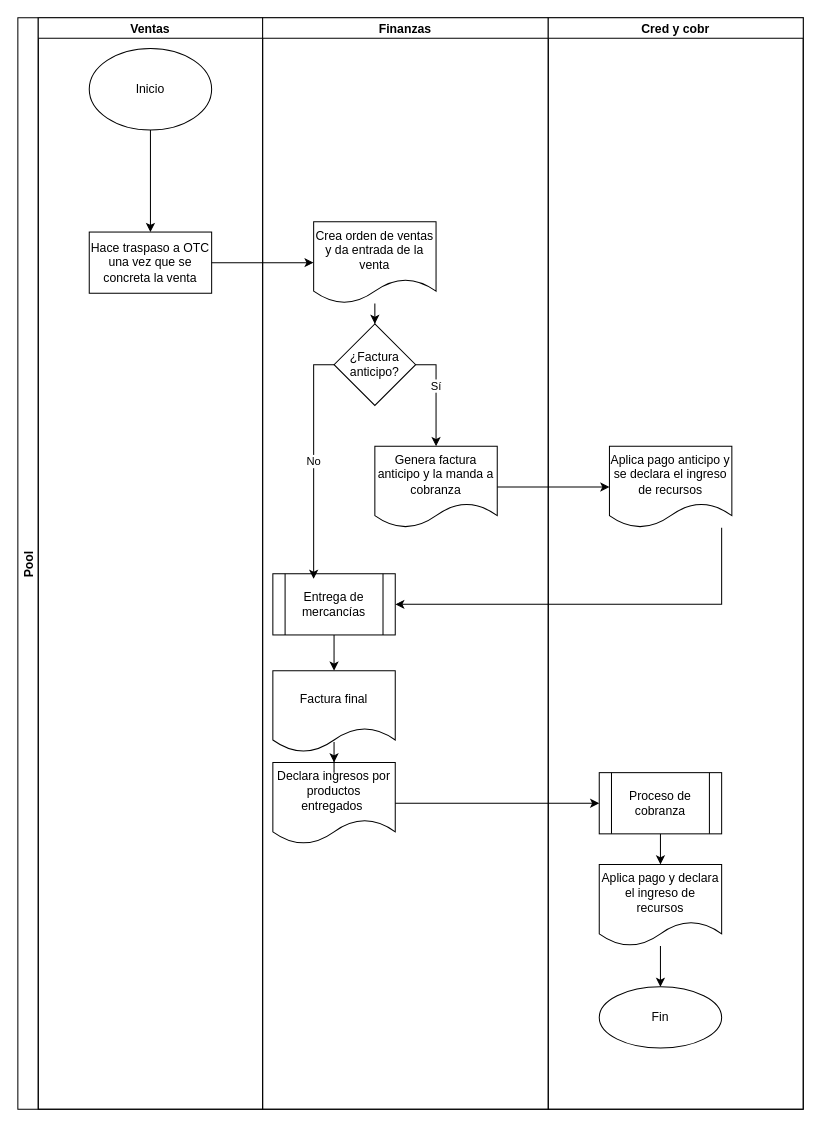
FerAran/Flowchart keeps this draw.io diagram as page "Ventas" (1 of 4) of Proceso finanzas.drawio. Above is the earlier version. Source tidied: cells renumbered, new cells numbered last; positions are measured from the earlier drawing's top-left corner, leaving out a move shared by most shapes. Both pictures are drawn from the tidied source at 102%, with x=0, y=0 at pixel (17, 17). Pictures stored in the file or linked from it are replaced by grey dashed boxes.
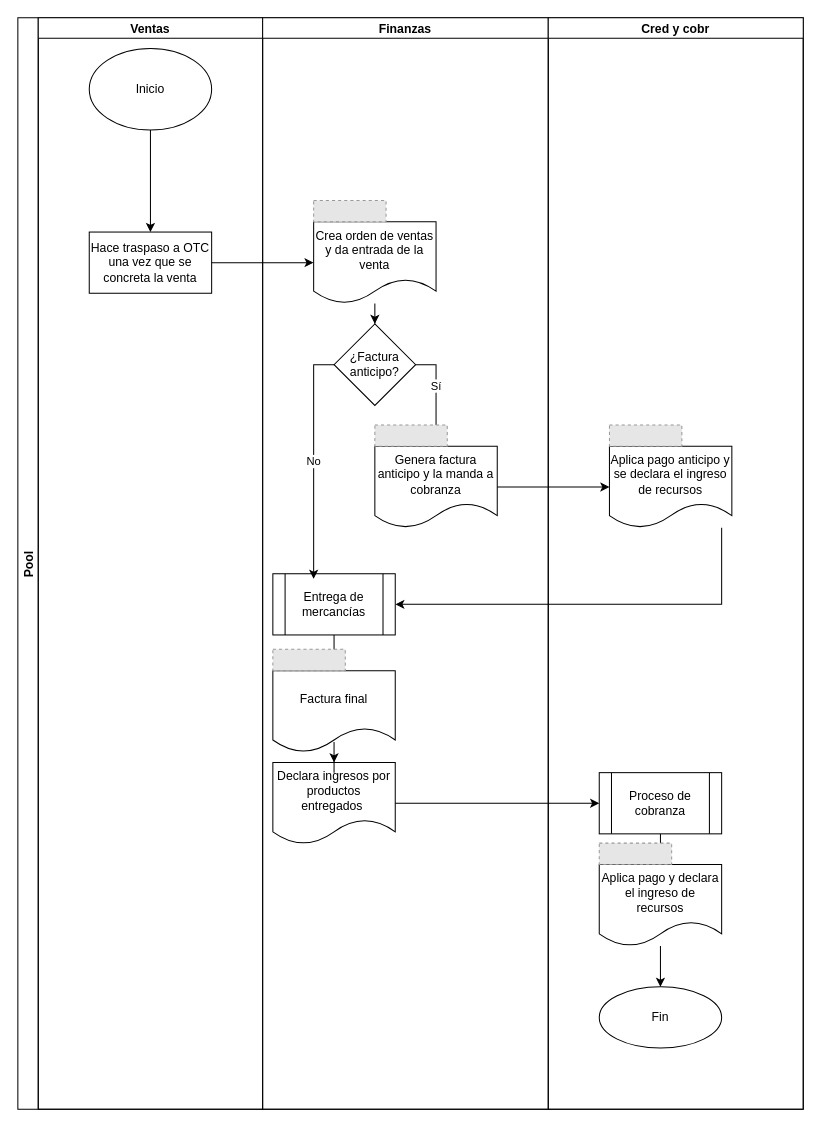
After the change.

The change refers to these unchanged cells:
```xml
<mxCell id="7" value="Finanzas" style="swimlane;startSize=20;" parent="2" vertex="1">
  <mxGeometry x="240" width="280" height="1070" as="geometry" />
</mxCell>
<mxCell id="20" value="Cred y cobr" style="swimlane;startSize=20;" parent="2" vertex="1">
  <mxGeometry x="520" width="250" height="1070" as="geometry" />
</mxCell>
```

What changed in the source:
```diff
@@
+    <mxCell id="31" style="fillColor=#E6E6E6;strokeColor=#999999;dashed=1;verticalLabelPosition=bottom;labelBackgroundColor=default;verticalAlign=top;" parent="7" vertex="1">
+      <mxGeometry x="50" y="179.1" width="71" height="20.9" as="geometry" />
+    </mxCell>
+    <mxCell id="32" style="fillColor=#E6E6E6;strokeColor=#999999;dashed=1;verticalLabelPosition=bottom;labelBackgroundColor=default;verticalAlign=top;" parent="7" vertex="1">
+      <mxGeometry x="110" y="399.1" width="71" height="20.9" as="geometry" />
+    </mxCell>
+    <mxCell id="33" style="fillColor=#E6E6E6;strokeColor=#999999;dashed=1;verticalLabelPosition=bottom;labelBackgroundColor=default;verticalAlign=top;" parent="7" vertex="1">
+      <mxGeometry x="10" y="619.1" width="71" height="20.9" as="geometry" />
+    </mxCell>
@@
+    <mxCell id="34" style="fillColor=#E6E6E6;strokeColor=#999999;dashed=1;verticalLabelPosition=bottom;labelBackgroundColor=default;verticalAlign=top;" parent="20" vertex="1">
+      <mxGeometry x="60" y="399.1" width="71" height="20.9" as="geometry" />
+    </mxCell>
+    <mxCell id="35" style="fillColor=#E6E6E6;strokeColor=#999999;dashed=1;verticalLabelPosition=bottom;labelBackgroundColor=default;verticalAlign=top;" parent="20" vertex="1">
+      <mxGeometry x="50" y="809.1" width="71" height="20.9" as="geometry" />
+    </mxCell>
```
